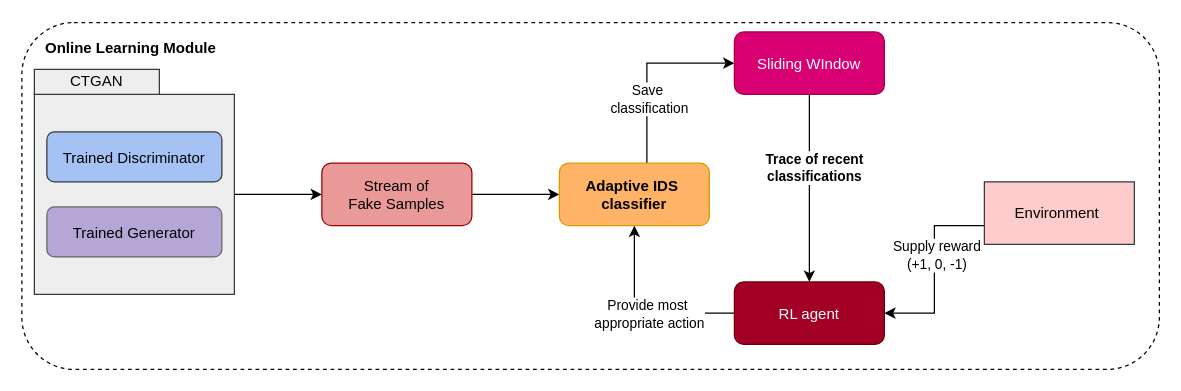
Above: page "Page-3" (3 of 3) of overall_architecture.drawio in elgenio123/diagrams (draw.io), before the change. Source tidied: cells renumbered, new cells numbered last; positions are measured from the earlier drawing's top-left corner, leaving out a move shared by most shapes. Both pictures are drawn from the tidied source at 125%, with x=0, y=0 at pixel (21, 21).
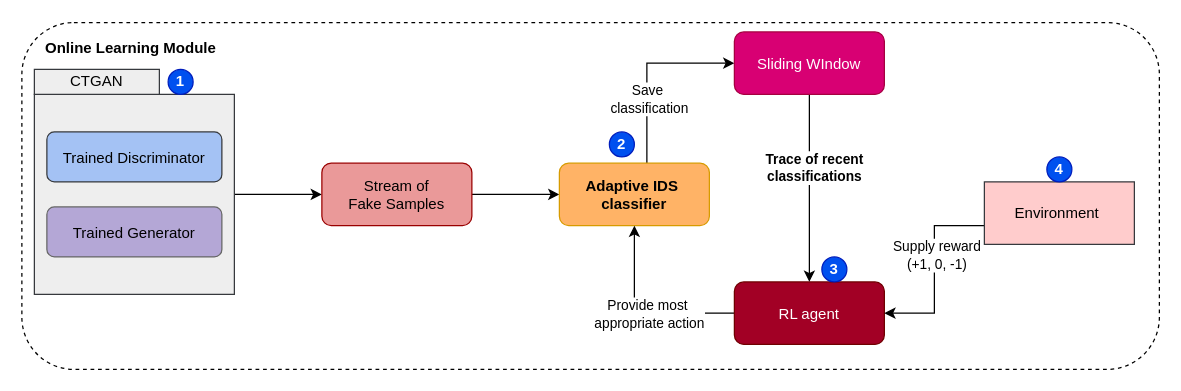
The same page after the edit.

What changed in the source:
```diff
@@
+    <mxCell id="23" value="&lt;b&gt;1&lt;/b&gt;" style="ellipse;whiteSpace=wrap;html=1;fillColor=#0050ef;fontColor=#ffffff;strokeColor=#001DBC;" parent="1" vertex="1">
+      <mxGeometry x="117" y="38" width="20" height="20" as="geometry" />
+    </mxCell>
+    <mxCell id="24" value="&lt;b&gt;2&lt;/b&gt;" style="ellipse;whiteSpace=wrap;html=1;fillColor=#0050ef;fontColor=#ffffff;strokeColor=#001DBC;" parent="1" vertex="1">
+      <mxGeometry x="470" y="88" width="20" height="20" as="geometry" />
+    </mxCell>
+    <mxCell id="25" value="&lt;b&gt;3&lt;/b&gt;" style="ellipse;whiteSpace=wrap;html=1;fillColor=#0050ef;fontColor=#ffffff;strokeColor=#001DBC;" parent="1" vertex="1">
+      <mxGeometry x="640" y="188" width="20" height="20" as="geometry" />
+    </mxCell>
+    <mxCell id="26" value="&lt;b&gt;4&lt;/b&gt;" style="ellipse;whiteSpace=wrap;html=1;fillColor=#0050ef;fontColor=#ffffff;strokeColor=#001DBC;" parent="1" vertex="1">
+      <mxGeometry x="820" y="108" width="20" height="20" as="geometry" />
+    </mxCell>
```
